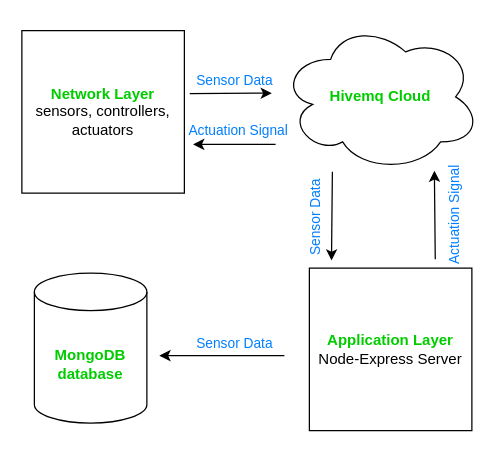
Before: Untitled Diagram.drawio in amarakamara/waterwatch, a draw.io diagram. Source tidied: cells renumbered, new cells numbered last; positions are measured from the earlier drawing's top-left corner, leaving out a move shared by most shapes. Both pictures are drawn from the tidied source at 125%, with x=0, y=0 at pixel (21, 21).
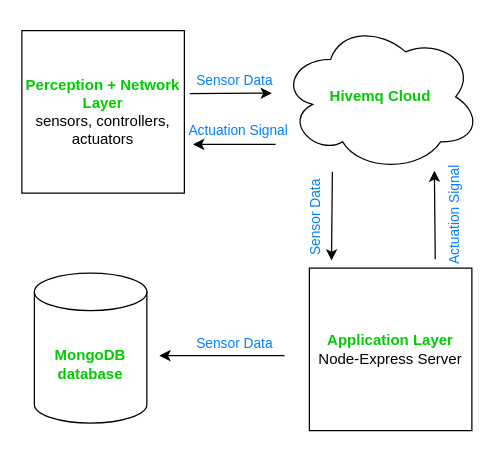
After the change.

Diff of the diagram source:
```diff
@@
-    <mxCell id="2" value="&lt;b&gt;&lt;font color=&quot;#00cc00&quot;&gt;Network Layer&lt;/font&gt;&lt;/b&gt;&lt;div&gt;sensors, controllers,&lt;/div&gt;&lt;div&gt;actuators&lt;/div&gt;" style="whiteSpace=wrap;html=1;" parent="1" vertex="1">
+    <mxCell id="2" value="&lt;font color=&quot;#00cc00&quot;&gt;&lt;b&gt;Perception + Network Layer&lt;/b&gt;&lt;/font&gt;&lt;br&gt;&lt;div&gt;sensors, controllers,&lt;/div&gt;&lt;div&gt;actuators&lt;/div&gt;" style="whiteSpace=wrap;html=1;" parent="1" vertex="1">
       <mxGeometry y="7" width="130" height="130" as="geometry" />
     </mxCell>
```
